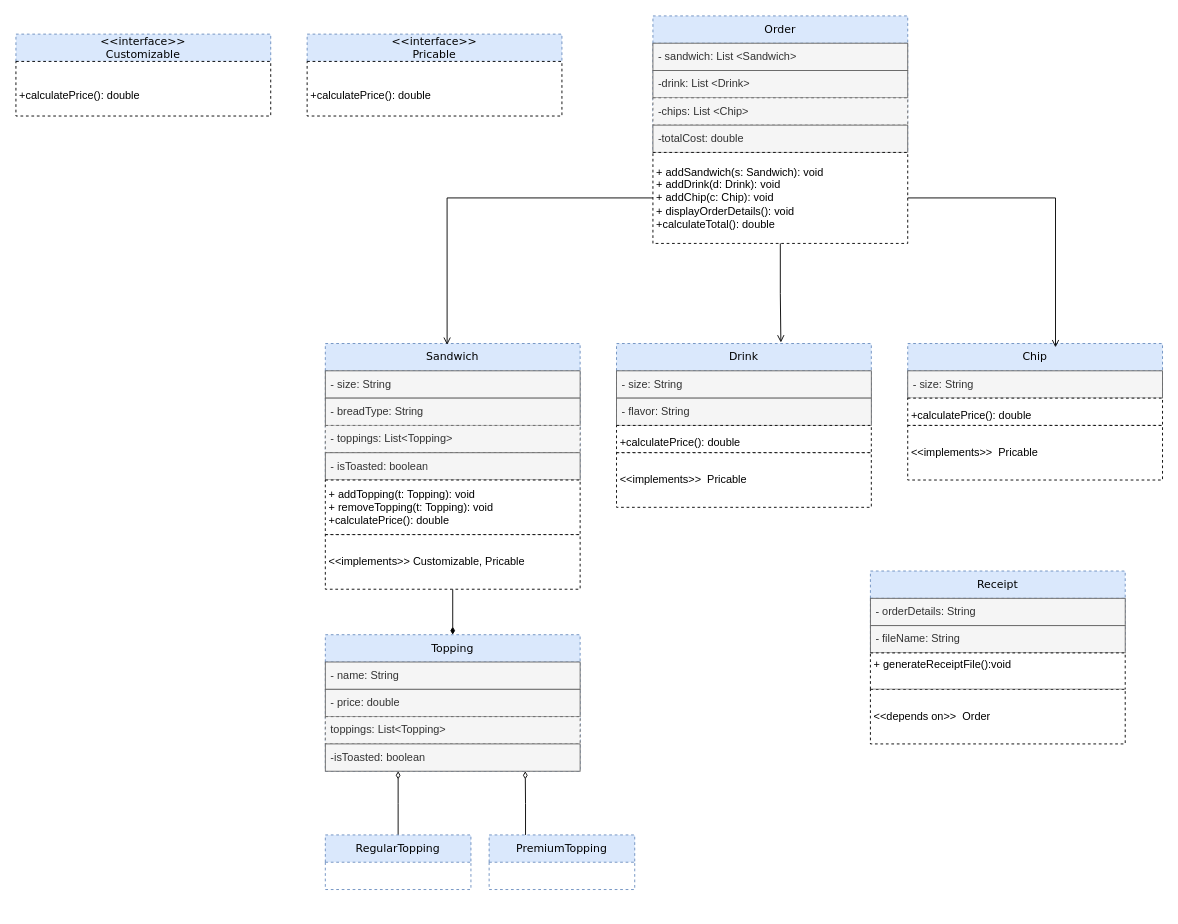
Before: DeliciousApp/deliciousApp.drawio in DeibCR/DELIcious, a draw.io diagram. Source tidied: cells renumbered, new cells numbered last; positions are measured from the earlier drawing's top-left corner, leaving out a move shared by most shapes. Both pictures are drawn from the tidied source at 91%, with x=0, y=0 at pixel (15, 15).
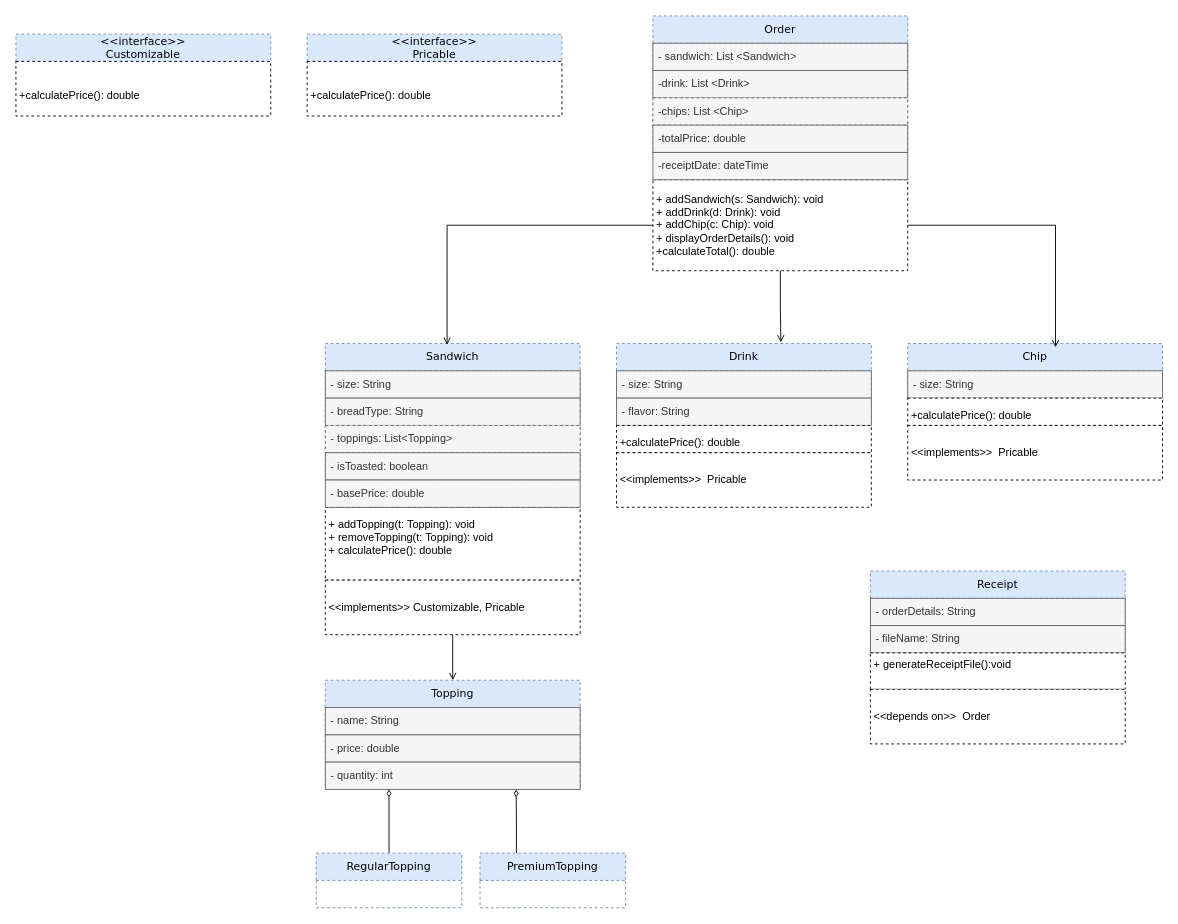
After the change.

The change refers to these unchanged cells:
```xml
<mxCell id="2" value="Order" style="swimlane;fontStyle=0;horizontal=1;startSize=30;whiteSpace=wrap;html=1;dashed=1;fontFamily=Verdana;fillColor=#dae8fc;strokeColor=#6c8ebf;" parent="1" vertex="1">
  <mxGeometry x="700" width="280" height="150" as="geometry" />
</mxCell>
```

Change to the diagram source:
```diff
@@
-    <mxCell id="6" value="-totalCost: double&amp;nbsp;" style="text;strokeColor=#666666;fillColor=#f5f5f5;align=left;verticalAlign=middle;spacingLeft=4;spacingRight=4;overflow=hidden;whiteSpace=wrap;html=1;rounded=0;fontColor=#333333;" parent="2" vertex="1">
+    <mxCell id="6" value="-totalPrice: double&amp;nbsp;" style="text;strokeColor=#666666;fillColor=#f5f5f5;align=left;verticalAlign=middle;spacingLeft=4;spacingRight=4;overflow=hidden;whiteSpace=wrap;html=1;rounded=0;fontColor=#333333;" parent="2" vertex="1">
       <mxGeometry y="120" width="280" height="30" as="geometry" />
     </mxCell>
     <mxCell id="7" value="+ addSandwich(s: Sandwich): void&amp;nbsp;&lt;div&gt;+ addDrink(d: Drink): void&amp;nbsp;&lt;/div&gt;&lt;div&gt;+ addChip(c: Chip): void&lt;/div&gt;&lt;div&gt;+ displayOrderDetails(): void&lt;/div&gt;&lt;div&gt;+calculateTotal(): double&amp;nbsp;&lt;/div&gt;" style="rounded=0;whiteSpace=wrap;html=1;align=left;dashed=1;spacingTop=0;spacing=4;spacingBottom=0;" parent="1" vertex="1">
-      <mxGeometry x="700" y="150" width="280" height="100" as="geometry" />
+      <mxGeometry x="700" y="180" width="280" height="100" as="geometry" />
     </mxCell>
@@
-    <mxCell id="13" value="+ addTopping(t: Topping): void&lt;div&gt;+ removeTopping(t: Topping): void&lt;/div&gt;&lt;div&gt;+calculatePrice(): double&lt;/div&gt;" style="rounded=0;whiteSpace=wrap;html=1;align=left;dashed=1;spacingTop=0;spacing=4;spacingBottom=0;" parent="1" vertex="1">
-      <mxGeometry x="340" y="510" width="280" height="60" as="geometry" />
+    <mxCell id="13" value="+ addTopping(t: Topping): void&lt;div&gt;+ removeTopping(t: Topping): void&lt;/div&gt;&lt;div&gt;+ calculatePrice(): double&lt;/div&gt;&lt;div&gt;&lt;br&gt;&lt;/div&gt;" style="rounded=0;whiteSpace=wrap;html=1;align=left;dashed=1;spacingTop=0;spacing=4;spacingBottom=0;" parent="1" vertex="1">
+      <mxGeometry x="340" y="540" width="280" height="80" as="geometry" />
     </mxCell>
-    <mxCell id="14" style="edgeStyle=orthogonalEdgeStyle;rounded=0;jettySize=auto;html=1;endArrow=diamondThin;endFill=1;" parent="1" edge="1" source="15" target="16">
+    <mxCell id="14" style="edgeStyle=orthogonalEdgeStyle;rounded=0;jettySize=auto;html=1;endArrow=open;endFill=0;" parent="1" edge="1" source="15" target="16">
       <mxGeometry relative="1" as="geometry" />
     </mxCell>
     <mxCell id="15" value="&amp;lt;&amp;lt;implements&amp;gt;&amp;gt; Customizable, Pricable" style="rounded=0;whiteSpace=wrap;html=1;align=left;dashed=1;spacingTop=0;spacing=4;spacingBottom=0;" parent="1" vertex="1">
-      <mxGeometry x="340" y="570" width="280" height="60" as="geometry" />
+      <mxGeometry x="340" y="620" width="280" height="60" as="geometry" />
     </mxCell>
     <mxCell id="16" value="Topping" style="swimlane;fontStyle=0;horizontal=1;startSize=30;whiteSpace=wrap;html=1;dashed=1;fontFamily=Verdana;fillColor=#dae8fc;strokeColor=#6c8ebf;" parent="1" vertex="1">
-      <mxGeometry x="340" y="680" width="280" height="150" as="geometry" />
+      <mxGeometry x="340" y="730" width="280" height="120" as="geometry" />
     </mxCell>
@@
-    <mxCell id="19" value="toppings: List&amp;lt;Topping&amp;gt;" style="text;strokeColor=#666666;fillColor=#f5f5f5;align=left;verticalAlign=middle;spacingLeft=4;spacingRight=4;overflow=hidden;whiteSpace=wrap;html=1;dashed=1;fontColor=#333333;" parent="16" vertex="1">
-      <mxGeometry y="90" width="280" height="30" as="geometry" />
-    </mxCell>
-    <mxCell id="20" value="-isToasted: boolean" style="text;strokeColor=#666666;fillColor=#f5f5f5;align=left;verticalAlign=middle;spacingLeft=4;spacingRight=4;overflow=hidden;whiteSpace=wrap;html=1;rounded=0;fontColor=#333333;" parent="16" vertex="1">
-      <mxGeometry y="120" width="280" height="30" as="geometry" />
+    <mxCell id="20" value="- quantity: int" style="text;strokeColor=#666666;fillColor=#f5f5f5;align=left;verticalAlign=middle;spacingLeft=4;spacingRight=4;overflow=hidden;whiteSpace=wrap;html=1;rounded=0;fontColor=#333333;" parent="16" vertex="1">
+      <mxGeometry y="90" width="280" height="30" as="geometry" />
     </mxCell>
     <mxCell id="21" style="edgeStyle=orthogonalEdgeStyle;rounded=0;jettySize=auto;html=1;endArrow=diamondThin;endFill=0;" parent="1" edge="1" source="22">
       <mxGeometry relative="1" as="geometry">
-        <mxPoint x="420" y="830" as="targetPoint" />
+        <mxPoint x="410" y="850" as="targetPoint" />
       </mxGeometry>
     </mxCell>
     <mxCell id="22" value="RegularTopping" style="swimlane;fontStyle=0;horizontal=1;startSize=30;whiteSpace=wrap;html=1;dashed=1;fontFamily=Verdana;fillColor=#dae8fc;strokeColor=#6c8ebf;" parent="1" vertex="1">
-      <mxGeometry x="340" y="900" width="160" height="60" as="geometry" />
+      <mxGeometry x="330" y="920" width="160" height="60" as="geometry" />
     </mxCell>
     <mxCell id="23" style="edgeStyle=orthogonalEdgeStyle;rounded=0;jettySize=auto;html=1;exitX=0.25;exitY=0;exitDx=0;exitDy=0;endArrow=diamondThin;endFill=0;" parent="1" edge="1" source="24">
       <mxGeometry relative="1" as="geometry">
-        <mxPoint x="559.7" y="830" as="targetPoint" />
+        <mxPoint x="549.7" y="850" as="targetPoint" />
       </mxGeometry>
     </mxCell>
     <mxCell id="24" value="PremiumTopping" style="swimlane;fontStyle=0;horizontal=1;startSize=30;whiteSpace=wrap;html=1;dashed=1;fontFamily=Verdana;fillColor=#dae8fc;strokeColor=#6c8ebf;" parent="1" vertex="1">
-      <mxGeometry x="520" y="900" width="160" height="60" as="geometry" />
+      <mxGeometry x="510" y="920" width="160" height="60" as="geometry" />
     </mxCell>
@@
+    <mxCell id="46" value="-receiptDate: dateTime&amp;nbsp;" style="text;strokeColor=#666666;fillColor=#f5f5f5;align=left;verticalAlign=middle;spacingLeft=4;spacingRight=4;overflow=hidden;whiteSpace=wrap;html=1;rounded=0;fontColor=#333333;" parent="1" vertex="1">
+      <mxGeometry x="700" y="150" width="280" height="30" as="geometry" />
+    </mxCell>
+    <mxCell id="47" value="- basePrice: double" style="text;strokeColor=#666666;fillColor=#f5f5f5;align=left;verticalAlign=middle;spacingLeft=4;spacingRight=4;overflow=hidden;whiteSpace=wrap;html=1;rounded=0;fontColor=#333333;" parent="1" vertex="1">
+      <mxGeometry x="340" y="510" width="280" height="30" as="geometry" />
+    </mxCell>
```
